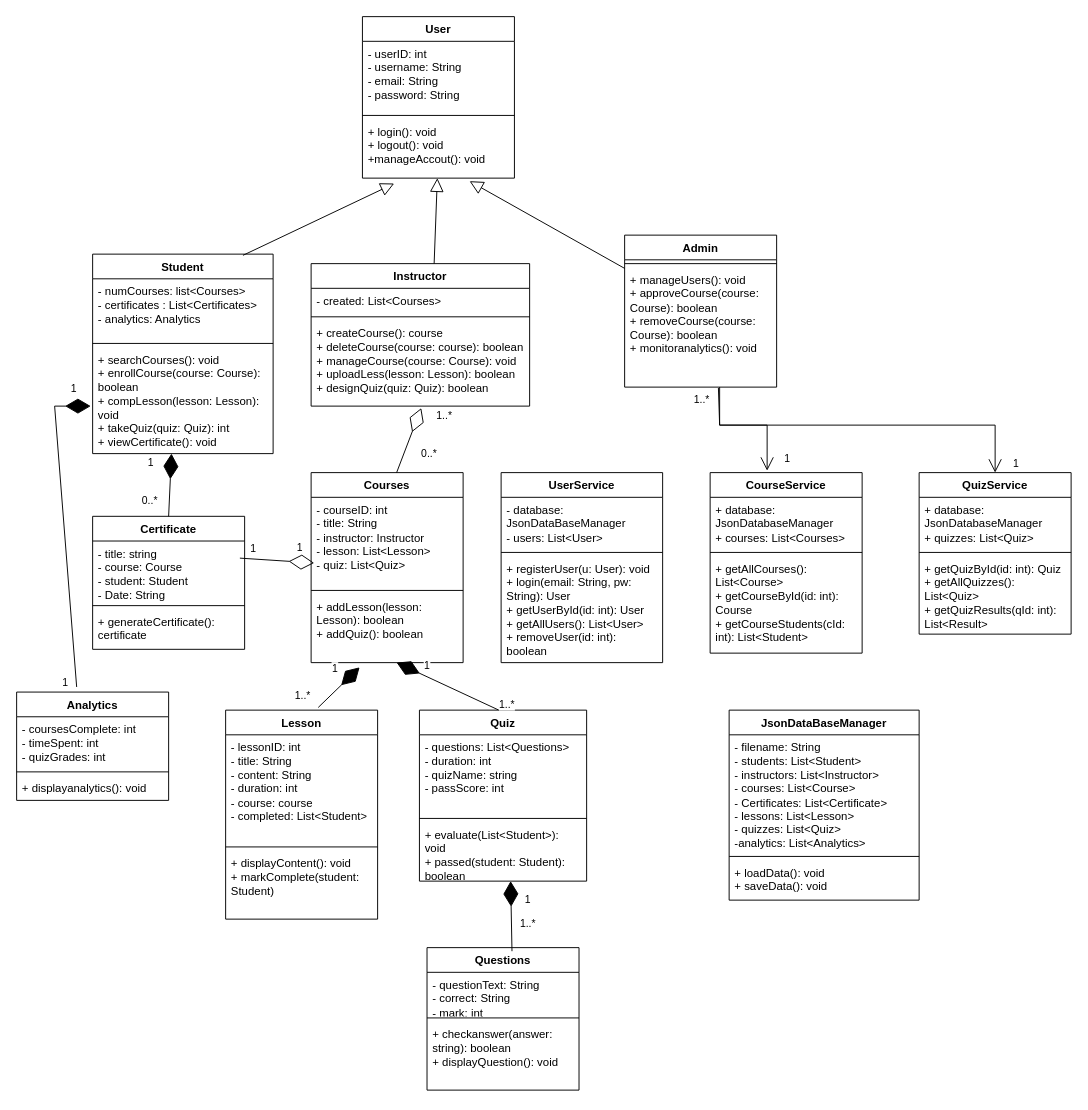
Above: Untitled Diagram.drawio in adhambasha1155/Uml (draw.io), before the change. Source tidied: cells renumbered, new cells numbered last; positions are measured from the earlier drawing's top-left corner, leaving out a move shared by most shapes. Both pictures are drawn from the tidied source at 95%, with x=0, y=0 at pixel (16, 16).
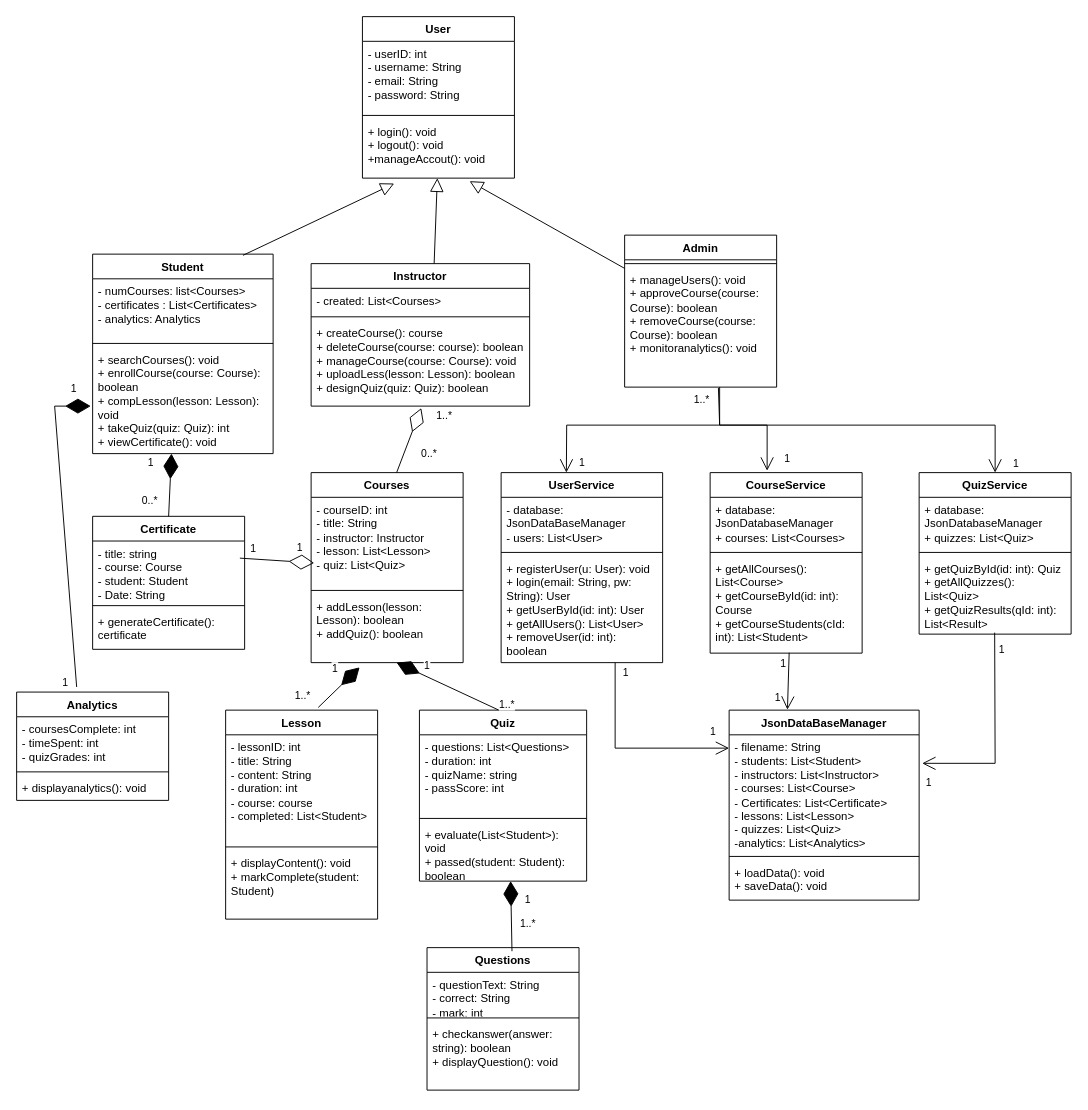
The same diagram, later.

Commit message:
almost done classdiagram

The change refers to these unchanged cells:
```xml
<mxCell id="61" value="JsonDataBaseManager" style="swimlane;fontStyle=1;align=center;verticalAlign=top;horizontal=1;startSize=26;whiteSpace=wrap;html=1;" parent="1" vertex="1">
  <mxGeometry x="750" y="730" width="200" height="200" as="geometry" />
</mxCell>
<mxCell id="62" value="- filename: String&lt;div&gt;- students: List&amp;lt;Student&amp;gt;&lt;/div&gt;&lt;div&gt;- instructors: List&amp;lt;Instructor&amp;gt;&lt;/div&gt;&lt;div&gt;- courses: List&amp;lt;Course&amp;gt;&lt;/div&gt;&lt;div&gt;- Certificates: List&amp;lt;Certificate&amp;gt;&lt;/div&gt;&lt;div&gt;- lessons: List&amp;lt;Lesson&amp;gt;&lt;/div&gt;&lt;div&gt;- quizzes: List&amp;lt;Quiz&amp;gt;&lt;/div&gt;&lt;div&gt;-analytics: List&amp;lt;Analytics&amp;gt;&lt;/div&gt;" style="text;strokeColor=none;fillColor=none;align=left;verticalAlign=top;spacingLeft=4;spacingRight=4;overflow=hidden;points=[[0,0.5],[1,0.5]];portConstraint=eastwest;whiteSpace=wrap;html=1;" parent="61" vertex="1">
  <mxGeometry y="26" width="200" height="124" as="geometry" />
</mxCell>
<mxCell id="69" value="UserService" style="swimlane;fontStyle=1;align=center;verticalAlign=top;horizontal=1;startSize=26;whiteSpace=wrap;html=1;" parent="1" vertex="1">
  <mxGeometry x="510" y="480" width="170" height="200" as="geometry" />
</mxCell>
<mxCell id="76" value="+&amp;nbsp;getAllCourses(): List&amp;lt;Course&amp;gt;&lt;div&gt;+ getCourseById(id: int): Course&amp;nbsp; &amp;nbsp; &amp;nbsp;&amp;nbsp;&lt;/div&gt;&lt;div&gt;+ getCourseStudents(cId: int): List&amp;lt;Student&amp;gt;&amp;nbsp;&lt;/div&gt;" style="text;strokeColor=none;fillColor=none;align=left;verticalAlign=top;spacingLeft=4;spacingRight=4;overflow=hidden;points=[[0,0.5],[1,0.5]];portConstraint=eastwest;whiteSpace=wrap;html=1;" parent="73" vertex="1">
  <mxGeometry y="88" width="160" height="102" as="geometry" />
</mxCell>
<mxCell id="80" value="+ getQuizById(id: int): Quiz&amp;nbsp;&lt;div&gt;+ getAllQuizzes(): List&amp;lt;Quiz&amp;gt;&amp;nbsp;&lt;/div&gt;&lt;div&gt;+ getQuizResults(qId: int): List&amp;lt;Result&amp;gt;&lt;/div&gt;" style="text;strokeColor=none;fillColor=none;align=left;verticalAlign=top;spacingLeft=4;spacingRight=4;overflow=hidden;points=[[0,0.5],[1,0.5]];portConstraint=eastwest;whiteSpace=wrap;html=1;" parent="77" vertex="1">
  <mxGeometry y="88" width="160" height="82" as="geometry" />
</mxCell>
```

What changed in the source:
```diff
@@
+    <mxCell id="86" style="endArrow=open;endFill=1;endSize=12;html=1;rounded=0;entryX=0.404;entryY=0;entryDx=0;entryDy=0;entryPerimeter=0;" parent="1" edge="1" target="69">
+      <mxGeometry relative="1" as="geometry">
+        <mxPoint x="740" y="430" as="sourcePoint" />
+        <Array as="points">
+          <mxPoint x="579" y="430" />
+        </Array>
+      </mxGeometry>
+    </mxCell>
+    <mxCell id="87" value="1" style="edgeLabel;html=1;align=center;verticalAlign=middle;" parent="86" vertex="1">
+      <mxGeometry x="0.81" y="-2" relative="1" as="geometry">
+        <mxPoint x="18" y="10" as="offset" />
+      </mxGeometry>
+    </mxCell>
+    <mxCell id="88" style="endArrow=open;endFill=1;endSize=12;html=1;rounded=0;" parent="1" edge="1">
+      <mxGeometry relative="1" as="geometry">
+        <mxPoint x="630" y="680" as="sourcePoint" />
+        <mxPoint x="750" y="770" as="targetPoint" />
+        <Array as="points">
+          <mxPoint x="630" y="770" />
+        </Array>
+      </mxGeometry>
+    </mxCell>
+    <mxCell id="89" style="endArrow=open;endFill=1;endSize=12;html=1;rounded=0;entryX=0.307;entryY=-0.002;entryDx=0;entryDy=0;entryPerimeter=0;exitX=0.52;exitY=0.996;exitDx=0;exitDy=0;exitPerimeter=0;" parent="1" edge="1" source="76" target="61">
+      <mxGeometry relative="1" as="geometry" />
+    </mxCell>
+    <mxCell id="90" value="1" style="edgeLabel;html=1;align=center;verticalAlign=middle;" parent="1" vertex="1">
+      <mxGeometry x="640" y="690" as="geometry" />
+    </mxCell>
+    <mxCell id="91" value="1" style="edgeLabel;html=1;align=center;verticalAlign=middle;" parent="1" vertex="1">
+      <mxGeometry x="660" y="700" as="geometry">
+        <mxPoint x="72" y="52" as="offset" />
+      </mxGeometry>
+    </mxCell>
+    <mxCell id="92" value="1" style="edgeLabel;html=1;align=center;verticalAlign=middle;" parent="1" vertex="1">
+      <mxGeometry x="780" y="690" as="geometry">
+        <mxPoint x="26" y="-10" as="offset" />
+      </mxGeometry>
+    </mxCell>
+    <mxCell id="93" value="1" style="edgeLabel;html=1;align=center;verticalAlign=middle;" parent="1" vertex="1">
+      <mxGeometry x="790" y="710" as="geometry">
+        <mxPoint x="10" y="6" as="offset" />
+      </mxGeometry>
+    </mxCell>
+    <mxCell id="94" style="endArrow=open;endFill=1;endSize=12;html=1;rounded=0;exitX=0.497;exitY=0.981;exitDx=0;exitDy=0;exitPerimeter=0;entryX=1.016;entryY=0.242;entryDx=0;entryDy=0;entryPerimeter=0;" parent="1" edge="1" source="80" target="62">
+      <mxGeometry relative="1" as="geometry">
+        <Array as="points">
+          <mxPoint x="1030" y="786" />
+        </Array>
+      </mxGeometry>
+    </mxCell>
+    <mxCell id="95" value="1" style="edgeLabel;html=1;align=center;verticalAlign=middle;" parent="1" vertex="1">
+      <mxGeometry x="1050" y="670" as="geometry">
+        <mxPoint x="-14" y="-5" as="offset" />
+      </mxGeometry>
+    </mxCell>
+    <mxCell id="96" value="1" style="edgeLabel;html=1;align=center;verticalAlign=middle;" parent="1" vertex="1">
+      <mxGeometry x="970" y="800" as="geometry">
+        <mxPoint x="-11" y="5" as="offset" />
+      </mxGeometry>
+    </mxCell>
```
